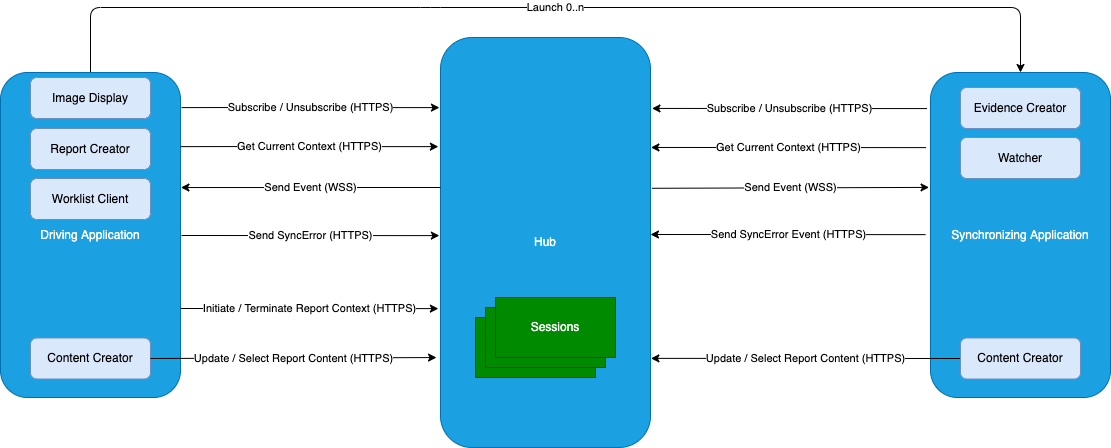
Before: input/images/interaction_model.png, a diagram exported from draw.io (IHE/RAD.IRA). Source tidied: cells renumbered, new cells last; positions are measured from the earlier drawing's top-left corner, leaving out a move shared by most shapes.
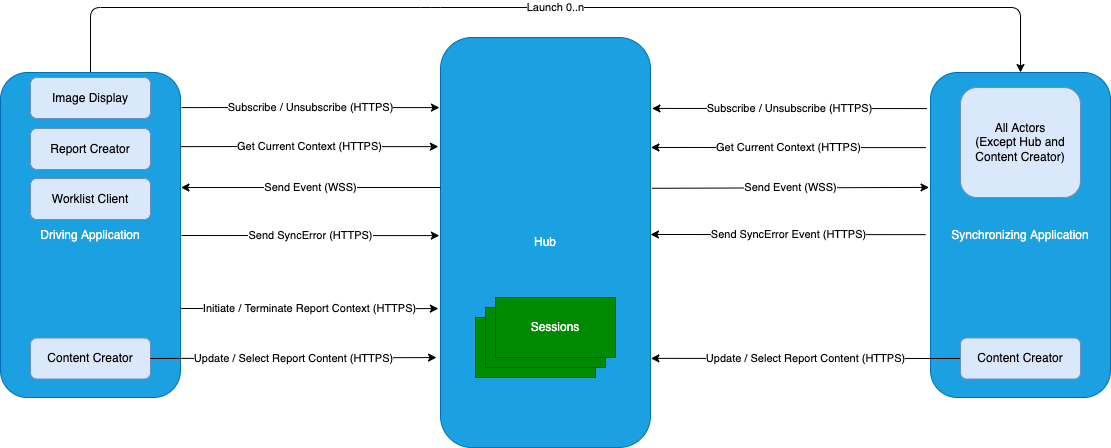
After the change.

Commit message:
Updated Sync App to be all actors.

Diff of the diagram source:
```diff
@@ -115,11 +115,8 @@
     <mxCell id="25" value="Worklist Client" style="whiteSpace=wrap;html=1;rounded=1;fillColor=#dae8fc;strokeColor=#6c8ebf;" parent="1" vertex="1">
       <mxGeometry x="30" y="171" width="120" height="41" as="geometry" />
     </mxCell>
-    <mxCell id="26" value="Evidence Creator" style="whiteSpace=wrap;html=1;rounded=1;fillColor=#dae8fc;strokeColor=#6c8ebf;" parent="1" vertex="1">
-      <mxGeometry x="960" y="80" width="120" height="41" as="geometry" />
+    <mxCell id="26" value="All Actors&lt;br&gt;(Except Hub and Content Creator)" style="whiteSpace=wrap;html=1;rounded=1;fillColor=#dae8fc;strokeColor=#6c8ebf;" parent="1" vertex="1">
+      <mxGeometry x="960" y="80" width="120" height="110" as="geometry" />
     </mxCell>
-    <mxCell id="27" value="Watcher" style="whiteSpace=wrap;html=1;rounded=1;fillColor=#dae8fc;strokeColor=#6c8ebf;" parent="1" vertex="1">
-      <mxGeometry x="960" y="130" width="120" height="41" as="geometry" />
-    </mxCell>
   </root>
 </mxGraphModel>
```
